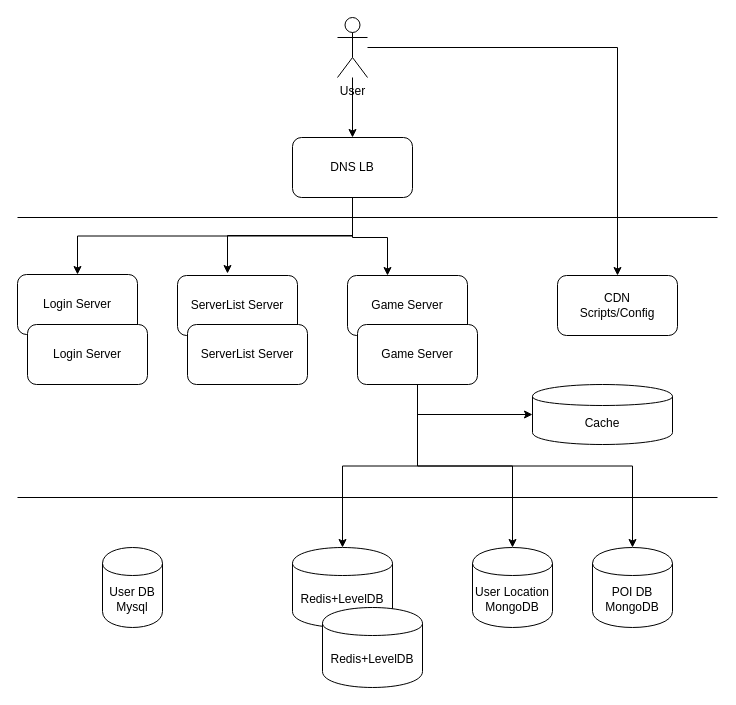
This is CityPet.drawio from evagle/awesome, a draw.io file, before an edit. Source tidied: cells renumbered, new cells numbered last; positions are measured from the earlier drawing's top-left corner, leaving out a move shared by most shapes. Both pictures are drawn from the tidied source at 100%, with x=0, y=0 at pixel (17, 17).
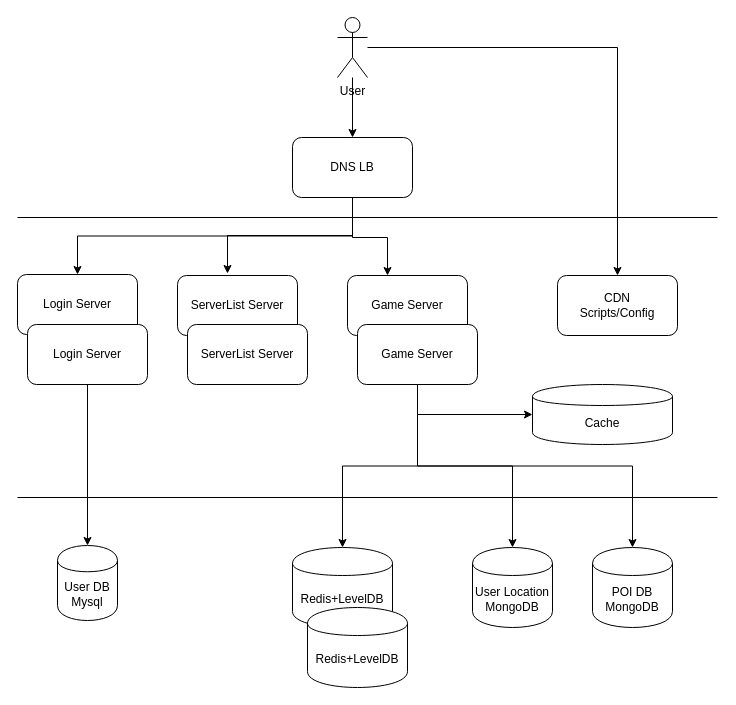
Above is the later version.

The change refers to these unchanged cells:
```xml
<mxCell id="12" value="Login Server" style="rounded=1;whiteSpace=wrap;html=1;" parent="1" vertex="1">
  <mxGeometry x="10" y="307" width="120" height="60" as="geometry" />
</mxCell>
```

Diff of the diagram source:
```diff
@@
+    <mxCell id="28" style="edgeStyle=orthogonalEdgeStyle;rounded=0;jettySize=auto;html=1;exitX=0.5;exitY=1;exitDx=0;exitDy=0;" parent="1" edge="1" source="12" target="20">
+      <mxGeometry relative="1" as="geometry" />
+    </mxCell>
@@
     <mxCell id="20" value="User DB&lt;br&gt;Mysql" style="shape=cylinder;whiteSpace=wrap;html=1;boundedLbl=1;backgroundOutline=1;" parent="1" vertex="1">
-      <mxGeometry x="85" y="530" width="60" height="80" as="geometry" />
+      <mxGeometry x="40" y="528" width="60" height="75" as="geometry" />
     </mxCell>
@@
     <mxCell id="22" value="Redis+LevelDB" style="shape=cylinder;whiteSpace=wrap;html=1;boundedLbl=1;backgroundOutline=1;" parent="1" vertex="1">
-      <mxGeometry x="305" y="590" width="100" height="80" as="geometry" />
+      <mxGeometry x="290" y="590" width="100" height="80" as="geometry" />
     </mxCell>
```
